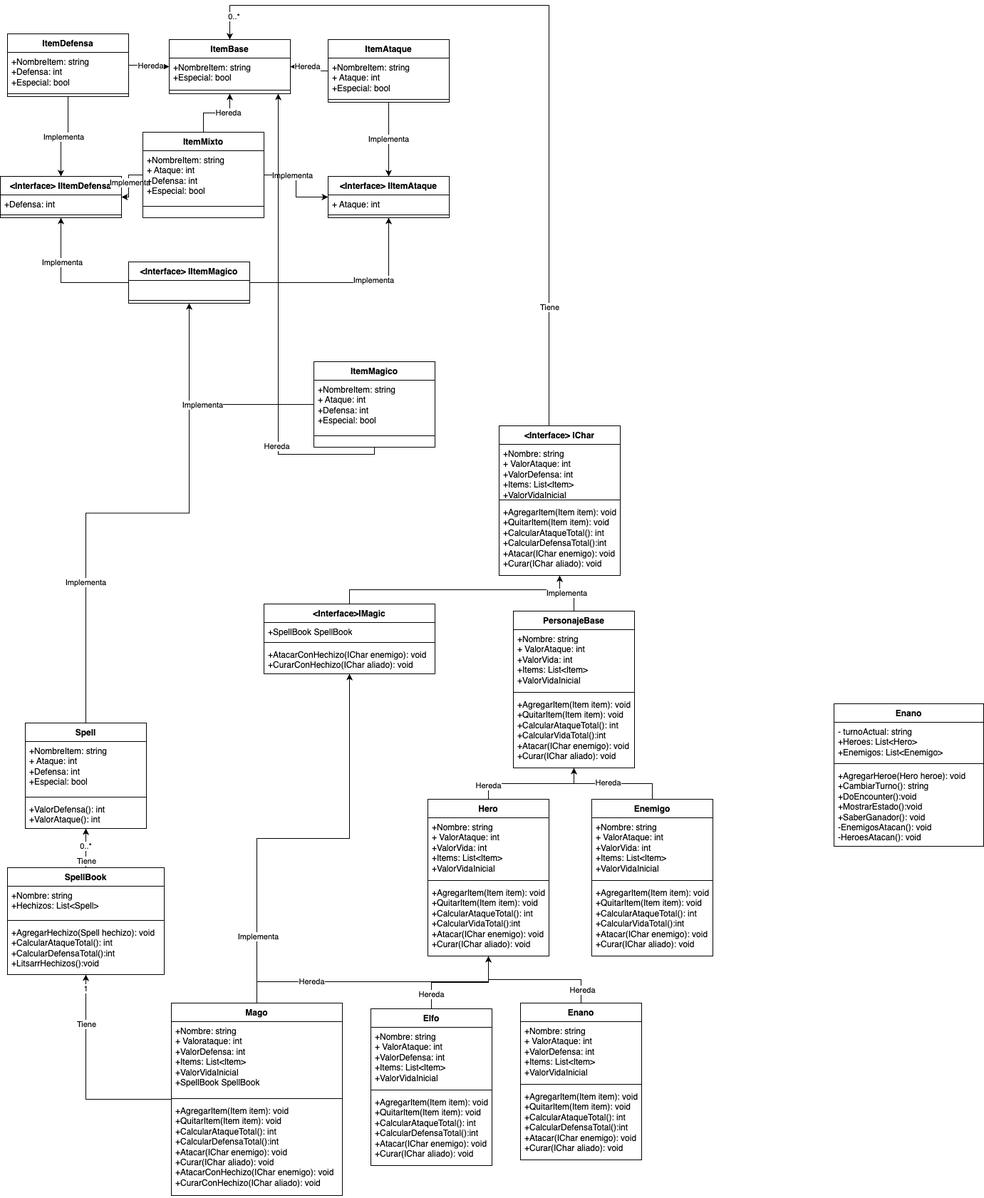
Earlier version of the draw.io export RoleplayGameDiagramaDeClases.png (brn342/Desafio_Personajes). Source tidied: cells renumbered, new cells last; positions are measured from the earlier drawing's top-left corner, leaving out a move shared by most shapes.
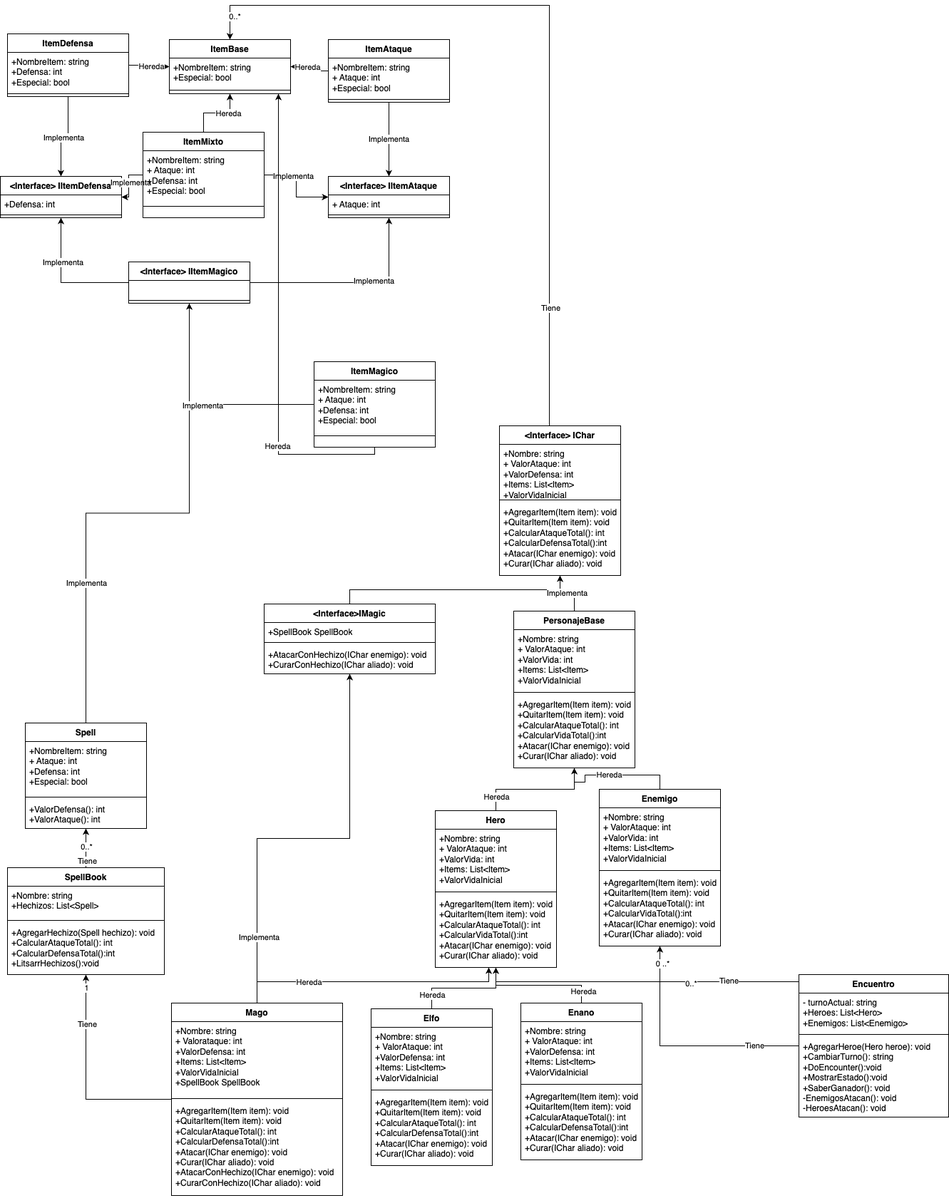
The same diagram one commit later.

What changed in the source:
```diff
@@ -310,7 +310,7 @@
       <mxGeometry x="-0.77" relative="1" as="geometry" />
     </mxCell>
     <mxCell id="96" value="Hero" style="swimlane;fontStyle=1;align=center;verticalAlign=top;horizontal=1;startSize=26;whiteSpace=wrap;html=1;" parent="1" vertex="1">
-      <mxGeometry x="600" y="1114" width="170" height="220" as="geometry" />
+      <mxGeometry x="610" y="1130" width="170" height="220" as="geometry" />
     </mxCell>
     <mxCell id="97" value="+Nombre: string&lt;div&gt;+ ValorAtaque: int&lt;/div&gt;&lt;div&gt;+ValorVida: int&lt;/div&gt;&lt;div&gt;+Items: List&amp;lt;Item&amp;gt;&lt;/div&gt;&lt;div&gt;&lt;span style=&quot;background-color: initial;&quot;&gt;+ValorVidaInicial&lt;/span&gt;&lt;span style=&quot;color: rgba(0, 0, 0, 0); font-family: monospace; font-size: 0px; text-wrap: nowrap;&quot;&gt;%3CmxGraphModel%3E%3Croot%3E%3CmxCell%20id%3D%220%22%2F%3E%3CmxCell%20id%3D%221%22%20parent%3D%220%22%2F%3E%3CmxCell%20id%3D%222%22%20value%3D%22%2BNombre%3A%20string%26lt%3Bdiv%26gt%3B%2B%20ValorVida%3A%20int%26lt%3B%2Fdiv%26gt%3B%26lt%3Bdiv%26gt%3B%2BValorDefensa%3A%20int%26lt%3B%2Fdiv%26gt%3B%26lt%3Bdiv%26gt%3B%2BItems%3A%20List%26amp%3Blt%3BItem%26amp%3Bgt%3B%26lt%3B%2Fdiv%26gt%3B%26lt%3Bdiv%26gt%3B%2BValorVidaInicial%26lt%3B%2Fdiv%26gt%3B%22%20style%3D%22text%3BstrokeColor%3Dnone%3BfillColor%3Dnone%3Balign%3Dleft%3BverticalAlign%3Dtop%3BspacingLeft%3D4%3BspacingRight%3D4%3Boverflow%3Dhidden%3Brotatable%3D0%3Bpoints%3D%5B%5B0%2C0.5%5D%2C%5B1%2C0.5%5D%5D%3BportConstraint%3Deastwest%3BwhiteSpace%3Dwrap%3Bhtml%3D1%3B%22%20vertex%3D%221%22%20parent%3D%221%22%3E%3CmxGeometry%20x%3D%22130%22%20y%3D%2266%22%20width%3D%22170%22%20height%3D%2274%22%20as%3D%22geometry%22%2F%3E%3C%2FmxCell%3E%3C%2Froot%3E%3C%2FmxGraphModel%3E&lt;/span&gt;&lt;span style=&quot;color: rgba(0, 0, 0, 0); font-family: monospace; font-size: 0px; text-wrap: nowrap; background-color: initial;&quot;&gt;%3CmxGraphModel%3E%3Croot%3E%3CmxCell%20id%3D%220%22%2F%3E%3CmxCell%20id%3D%221%22%20parent%3D%220%22%2F%3E%3CmxCell%20id%3D%222%22%20value%3D%22%2BNombre%3A%20string%26lt%3Bdiv%26gt%3B%2B%20ValorVida%3A%20int%26lt%3B%2Fdiv%26gt%3B%26lt%3Bdiv%26gt%3B%2BValorDefensa%3A%20int%26lt%3B%2Fdiv%26gt%3B%26lt%3Bdiv%26gt%3B%2BItems%3A%20List%26amp%3Blt%3BItem%26amp%3Bgt%3B%26lt%3B%2Fdiv%26gt%3B%26lt%3Bdiv%26gt%3B%2BValorVidaInicial%26lt%3B%2Fdiv%26gt%3B%22%20style%3D%22text%3BstrokeColor%3Dnone%3BfillColor%3Dnone%3Balign%3Dleft%3BverticalAlign%3Dtop%3BspacingLeft%3D4%3BspacingRight%3D4%3Boverflow%3Dhidden%3Brotatable%3D0%3Bpoints%3D%5B%5B0%2C0.5%5D%2C%5B1%2C0.5%5D%5D%3BportConstraint%3Deastwest%3BwhiteSpace%3Dwrap%3Bhtml%3D1%3B%22%20vertex%3D%221%22%20parent%3D%221%22%3E%3CmxGeometry%20x%3D%22130%22%20y%3D%2266%22%20width%3D%22170%22%20height%3D%2274%22%20as%3D%22geometry%22%2F%3E%3C%2FmxCell%3E%3C%2Froot%3E%3C%2FmxGraphModel%3E&lt;/span&gt;&lt;/div&gt;" style="text;strokeColor=none;fillColor=none;align=left;verticalAlign=top;spacingLeft=4;spacingRight=4;overflow=hidden;whiteSpace=wrap;html=1;" parent="96" vertex="1">
       <mxGeometry y="26" width="170" height="84" as="geometry" />
@@ -328,7 +328,7 @@
       <mxGeometry x="0.09" y="-1" relative="1" as="geometry" />
     </mxCell>
     <mxCell id="102" value="Enemigo" style="swimlane;fontStyle=1;align=center;verticalAlign=top;horizontal=1;startSize=26;whiteSpace=wrap;html=1;" parent="1" vertex="1">
-      <mxGeometry x="830" y="1114" width="170" height="220" as="geometry" />
+      <mxGeometry x="840" y="1100" width="170" height="220" as="geometry" />
     </mxCell>
     <mxCell id="103" value="+Nombre: string&lt;div&gt;+ ValorAtaque: int&lt;/div&gt;&lt;div&gt;+ValorVida: int&lt;/div&gt;&lt;div&gt;+Items: List&amp;lt;Item&amp;gt;&lt;/div&gt;&lt;div&gt;&lt;span style=&quot;background-color: initial;&quot;&gt;+ValorVidaInicial&lt;/span&gt;&lt;span style=&quot;color: rgba(0, 0, 0, 0); font-family: monospace; font-size: 0px; text-wrap: nowrap;&quot;&gt;%3CmxGraphModel%3E%3Croot%3E%3CmxCell%20id%3D%220%22%2F%3E%3CmxCell%20id%3D%221%22%20parent%3D%220%22%2F%3E%3CmxCell%20id%3D%222%22%20value%3D%22%2BNombre%3A%20string%26lt%3Bdiv%26gt%3B%2B%20ValorVida%3A%20int%26lt%3B%2Fdiv%26gt%3B%26lt%3Bdiv%26gt%3B%2BValorDefensa%3A%20int%26lt%3B%2Fdiv%26gt%3B%26lt%3Bdiv%26gt%3B%2BItems%3A%20List%26amp%3Blt%3BItem%26amp%3Bgt%3B%26lt%3B%2Fdiv%26gt%3B%26lt%3Bdiv%26gt%3B%2BValorVidaInicial%26lt%3B%2Fdiv%26gt%3B%22%20style%3D%22text%3BstrokeColor%3Dnone%3BfillColor%3Dnone%3Balign%3Dleft%3BverticalAlign%3Dtop%3BspacingLeft%3D4%3BspacingRight%3D4%3Boverflow%3Dhidden%3Brotatable%3D0%3Bpoints%3D%5B%5B0%2C0.5%5D%2C%5B1%2C0.5%5D%5D%3BportConstraint%3Deastwest%3BwhiteSpace%3Dwrap%3Bhtml%3D1%3B%22%20vertex%3D%221%22%20parent%3D%221%22%3E%3CmxGeometry%20x%3D%22130%22%20y%3D%2266%22%20width%3D%22170%22%20height%3D%2274%22%20as%3D%22geometry%22%2F%3E%3C%2FmxCell%3E%3C%2Froot%3E%3C%2FmxGraphModel%3E&lt;/span&gt;&lt;span style=&quot;color: rgba(0, 0, 0, 0); font-family: monospace; font-size: 0px; text-wrap: nowrap; background-color: initial;&quot;&gt;%3CmxGraphModel%3E%3Croot%3E%3CmxCell%20id%3D%220%22%2F%3E%3CmxCell%20id%3D%221%22%20parent%3D%220%22%2F%3E%3CmxCell%20id%3D%222%22%20value%3D%22%2BNombre%3A%20string%26lt%3Bdiv%26gt%3B%2B%20ValorVida%3A%20int%26lt%3B%2Fdiv%26gt%3B%26lt%3Bdiv%26gt%3B%2BValorDefensa%3A%20int%26lt%3B%2Fdiv%26gt%3B%26lt%3Bdiv%26gt%3B%2BItems%3A%20List%26amp%3Blt%3BItem%26amp%3Bgt%3B%26lt%3B%2Fdiv%26gt%3B%26lt%3Bdiv%26gt%3B%2BValorVidaInicial%26lt%3B%2Fdiv%26gt%3B%22%20style%3D%22text%3BstrokeColor%3Dnone%3BfillColor%3Dnone%3Balign%3Dleft%3BverticalAlign%3Dtop%3BspacingLeft%3D4%3BspacingRight%3D4%3Boverflow%3Dhidden%3Brotatable%3D0%3Bpoints%3D%5B%5B0%2C0.5%5D%2C%5B1%2C0.5%5D%5D%3BportConstraint%3Deastwest%3BwhiteSpace%3Dwrap%3Bhtml%3D1%3B%22%20vertex%3D%221%22%20parent%3D%221%22%3E%3CmxGeometry%20x%3D%22130%22%20y%3D%2266%22%20width%3D%22170%22%20height%3D%2274%22%20as%3D%22geometry%22%2F%3E%3C%2FmxCell%3E%3C%2Froot%3E%3C%2FmxGraphModel%3E&lt;/span&gt;&lt;/div&gt;" style="text;strokeColor=none;fillColor=none;align=left;verticalAlign=top;spacingLeft=4;spacingRight=4;overflow=hidden;whiteSpace=wrap;html=1;" parent="102" vertex="1">
       <mxGeometry y="26" width="170" height="84" as="geometry" />
@@ -368,8 +368,30 @@
     <mxCell id="113" value="&lt;div&gt;&lt;br&gt;&lt;/div&gt;" style="text;strokeColor=none;fillColor=none;align=left;verticalAlign=top;spacingLeft=4;spacingRight=4;overflow=hidden;whiteSpace=wrap;html=1;" parent="110" vertex="1">
       <mxGeometry y="108" width="170" height="12" as="geometry" />
     </mxCell>
+    <mxCell id="118" style="edgeStyle=orthogonalEdgeStyle;rounded=0;jettySize=auto;html=1;" parent="1" edge="1" source="114" target="102">
+      <mxGeometry relative="1" as="geometry" />
+    </mxCell>
+    <mxCell id="119" value="Tiene" style="edgeLabel;html=1;align=center;verticalAlign=middle;" parent="118" vertex="1">
+      <mxGeometry x="-0.63" y="-1" relative="1" as="geometry" />
+    </mxCell>
+    <mxCell id="120" value="0 ..*" style="edgeLabel;html=1;align=center;verticalAlign=middle;" parent="118" vertex="1">
+      <mxGeometry x="0.86" y="-3" relative="1" as="geometry" />
+    </mxCell>
+    <mxCell id="121" style="edgeStyle=orthogonalEdgeStyle;rounded=0;jettySize=auto;html=1;" parent="1" edge="1" source="114" target="96">
+      <mxGeometry relative="1" as="geometry">
+        <Array as="points">
+          <mxPoint x="695" y="1370" />
+        </Array>
+      </mxGeometry>
+    </mxCell>
+    <mxCell id="122" value="Tiene" style="edgeLabel;html=1;align=center;verticalAlign=middle;" parent="121" vertex="1">
+      <mxGeometry x="-0.56" y="-2" relative="1" as="geometry" />
+    </mxCell>
+    <mxCell id="123" value="0..*" style="edgeLabel;html=1;align=center;verticalAlign=middle;" parent="121" vertex="1">
+      <mxGeometry x="-0.32" y="2" relative="1" as="geometry" />
+    </mxCell>
-    <mxCell id="114" value="Enano" style="swimlane;fontStyle=1;align=center;verticalAlign=top;horizontal=1;startSize=26;whiteSpace=wrap;html=1;" parent="1" vertex="1">
-      <mxGeometry x="1170" y="980" width="210" height="200" as="geometry" />
+    <mxCell id="114" value="Encuentro" style="swimlane;fontStyle=1;align=center;verticalAlign=top;horizontal=1;startSize=26;whiteSpace=wrap;html=1;" parent="1" vertex="1">
+      <mxGeometry x="1120" y="1360" width="210" height="200" as="geometry" />
     </mxCell>
     <mxCell id="115" value="- turnoActual: string&lt;div&gt;+Heroes: List&amp;lt;Hero&amp;gt;&lt;/div&gt;&lt;div&gt;+Enemigos: List&amp;lt;Enemigo&amp;gt;&lt;/div&gt;" style="text;strokeColor=none;fillColor=none;align=left;verticalAlign=top;spacingLeft=4;spacingRight=4;overflow=hidden;whiteSpace=wrap;html=1;" parent="114" vertex="1">
       <mxGeometry y="26" width="210" height="54" as="geometry" />
```
